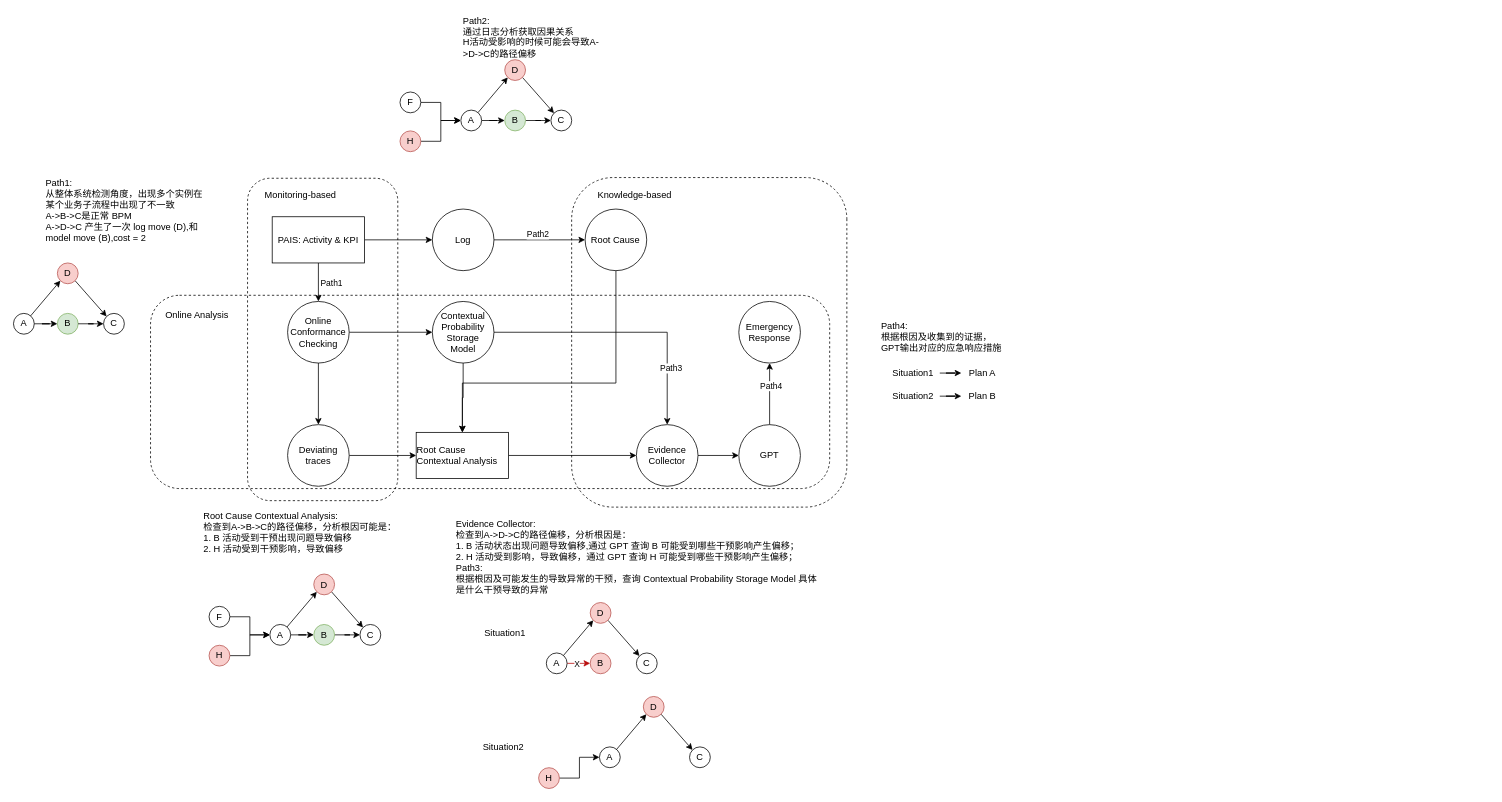
Before: page "第 3 页" (3 of 3) of 问题剖析.drawio in LiLiJacky/graphData, a draw.io diagram. Source tidied: cells renumbered, new cells numbered last; positions are measured from the earlier drawing's top-left corner, leaving out a move shared by most shapes. Both pictures are drawn from the tidied source at 77%, with x=0, y=0 at pixel (13, 13).
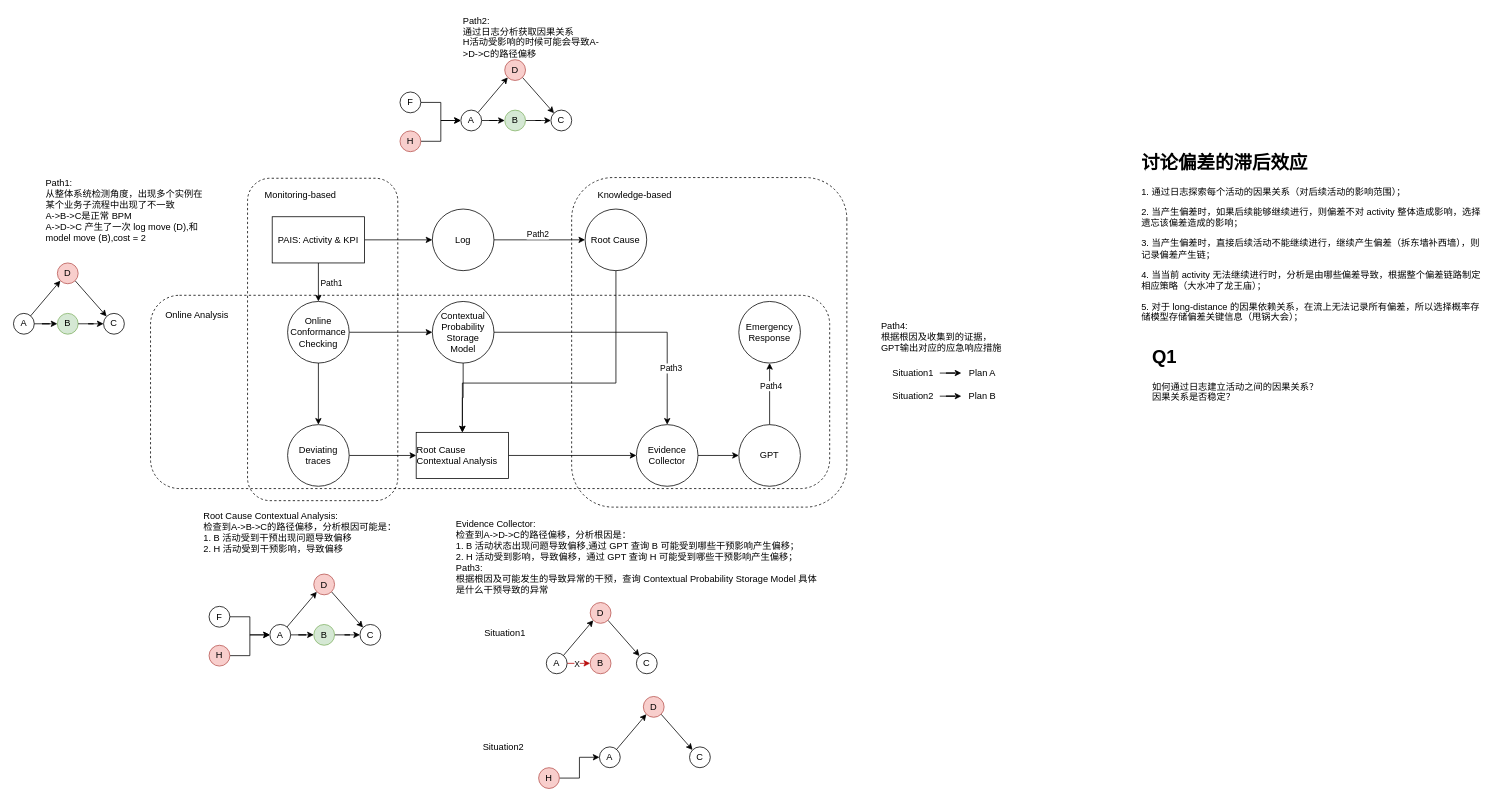
The same page after the edit.

Commit message:
更新问题剖析.drawio

What changed in the source:
```diff
@@
+    <mxCell id="95" value="&lt;h1&gt;讨论偏差的滞后效应&lt;/h1&gt;&lt;p&gt;1. 通过日志探索每个活动的因果关系（对后续活动的影响范围）；&lt;/p&gt;&lt;p&gt;2. 当产生偏差时，如果后续能够继续进行，则偏差不对 activity 整体造成影响，选择遗忘该偏差造成的影响；&lt;/p&gt;&lt;p&gt;3. 当产生偏差时，直接后续活动不能继续进行，继续产生偏差（拆东墙补西墙），则记录偏差产生链；&lt;/p&gt;&lt;p&gt;4. 当当前 activity 无法继续进行时，分析是由哪些偏差导致，根据整个偏差链路制定相应策略（大水冲了龙王庙）；&lt;/p&gt;&lt;p&gt;5. 对于 long-distance 的因果依赖关系，在流上无法记录所有偏差，所以选择概率存储模型存储偏差关键信息（甩锅大会）；&lt;/p&gt;&lt;p&gt;&lt;br&gt;&lt;/p&gt;" style="text;html=1;strokeColor=none;fillColor=none;spacing=5;spacingTop=-20;whiteSpace=wrap;overflow=hidden;rounded=0;" parent="1" vertex="1">
+      <mxGeometry x="1460" y="174" width="456" height="270" as="geometry" />
+    </mxCell>
+    <mxCell id="96" value="&lt;h1&gt;Q1&lt;/h1&gt;&lt;div&gt;如何通过日志建立活动之间的因果关系？&lt;/div&gt;&lt;div&gt;因果关系是否稳定？&lt;/div&gt;" style="text;html=1;strokeColor=none;fillColor=none;spacing=5;spacingTop=-20;whiteSpace=wrap;overflow=hidden;rounded=0;" parent="1" vertex="1">
+      <mxGeometry x="1474" y="427" width="299" height="120" as="geometry" />
+    </mxCell>
```
